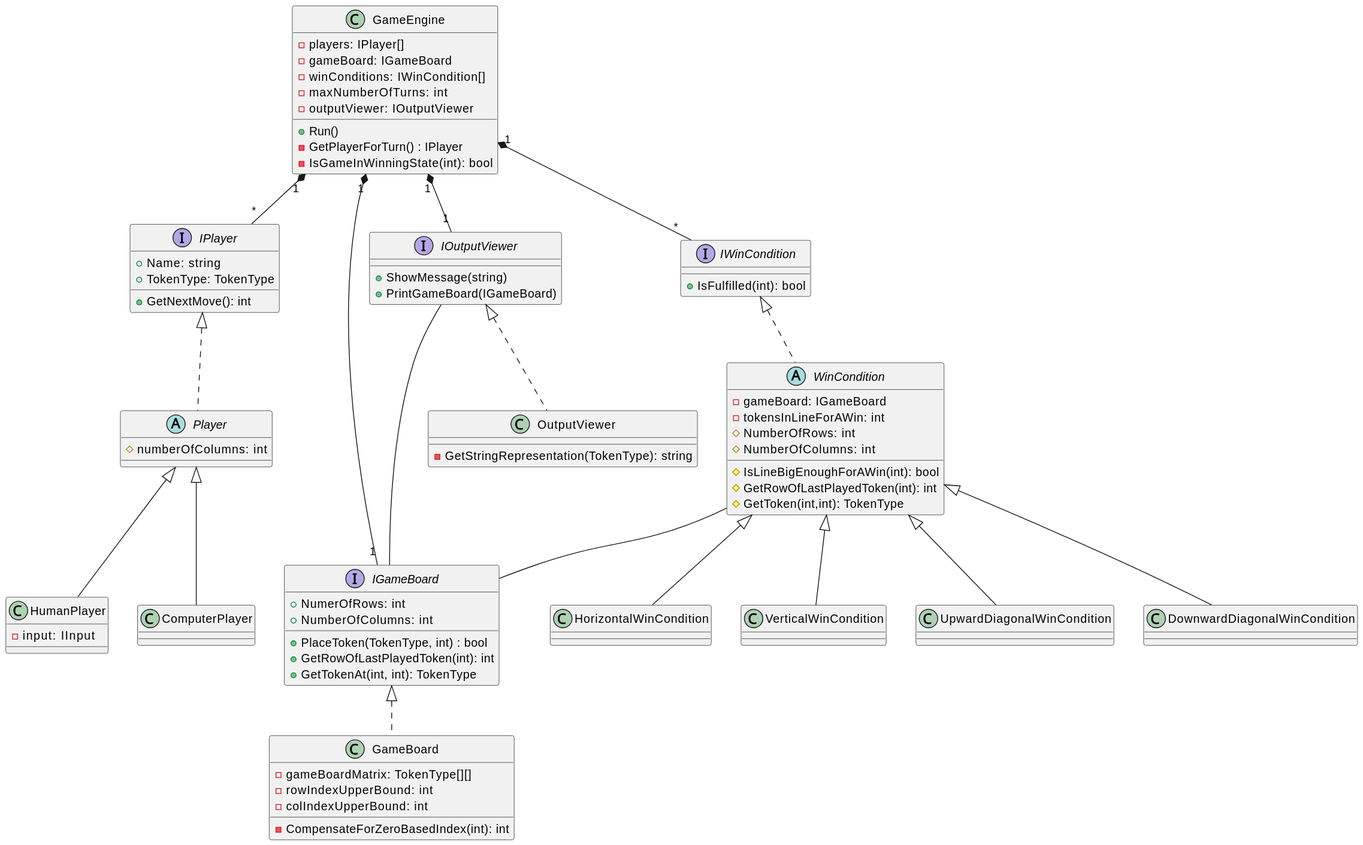
Lee245/ConnectFour keeps this PlantUML diagram as out/umldiagram/ConnectFour.svg. Above is the earlier version.
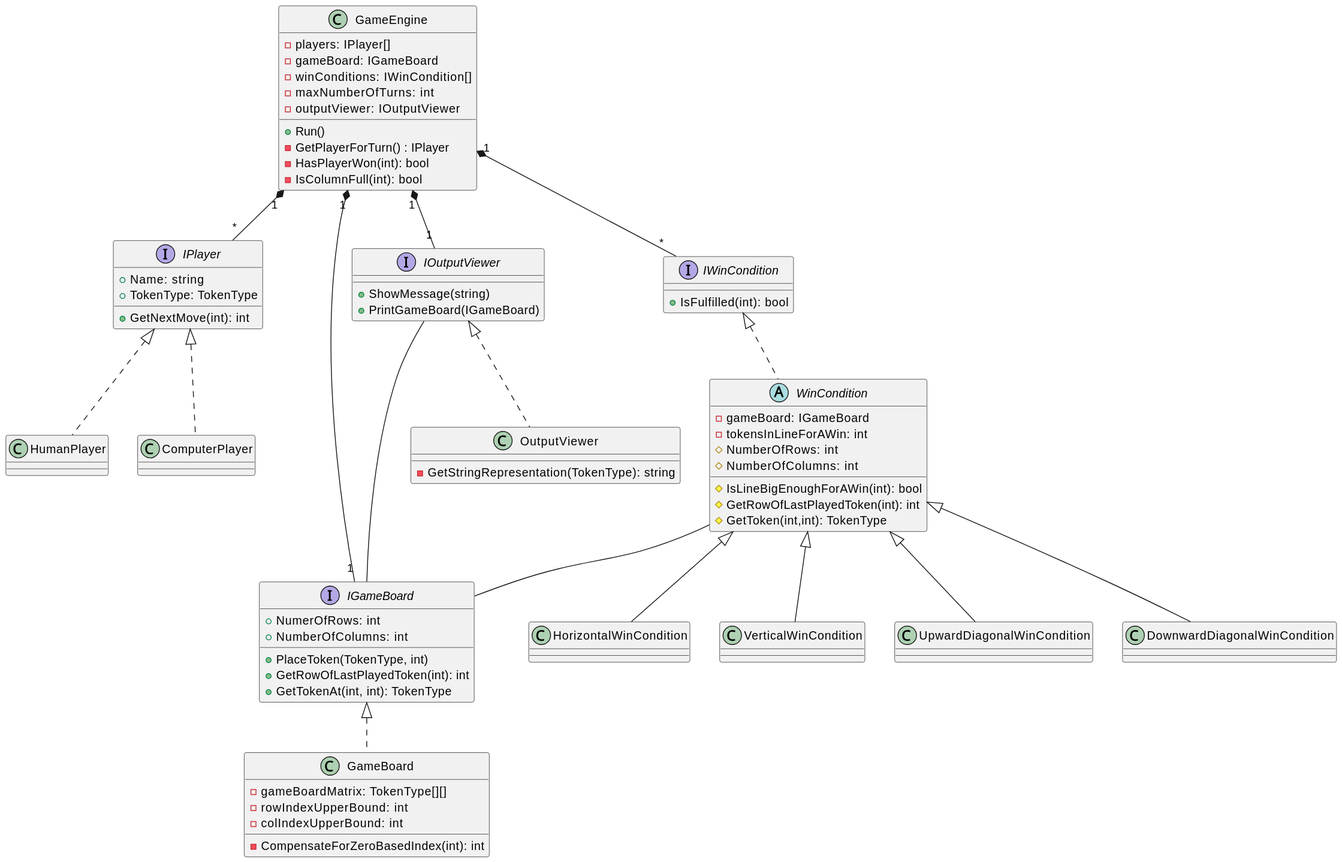
Later version of the same file.

What changed in the source:
```diff
@@ -7,26 +7,22 @@
     -outputViewer: IOutputViewer
     +Run()
     -GetPlayerForTurn() : IPlayer
-    -IsGameInWinningState(int): bool
+    -HasPlayerWon(int): bool
+    -IsColumnFull(int): bool
 }
 
 interface IPlayer {
     +Name: string
     +TokenType: TokenType
-    +GetNextMove(): int
+    +GetNextMove(int): int
 }
-abstract Player {
-    #numberOfColumns: int
-}
-class HumanPlayer {
-    -input: IInput
-}
+class HumanPlayer
 class ComputerPlayer
 
 interface IGameBoard {
     +NumerOfRows: int
     +NumberOfColumns: int
-    +PlaceToken(TokenType, int) : bool
+    +PlaceToken(TokenType, int)
     +GetRowOfLastPlayedToken(int): int
     +GetTokenAt(int, int): TokenType
 }
@@ -85,7 +81,6 @@
 IOutputViewer <|.. OutputViewer
 IOutputViewer -- IGameBoard
 
-IPlayer <|.. Player
-Player <|-- HumanPlayer
-Player <|-- ComputerPlayer
+IPlayer <|.. HumanPlayer
+IPlayer <|.. ComputerPlayer
 @enduml
```
